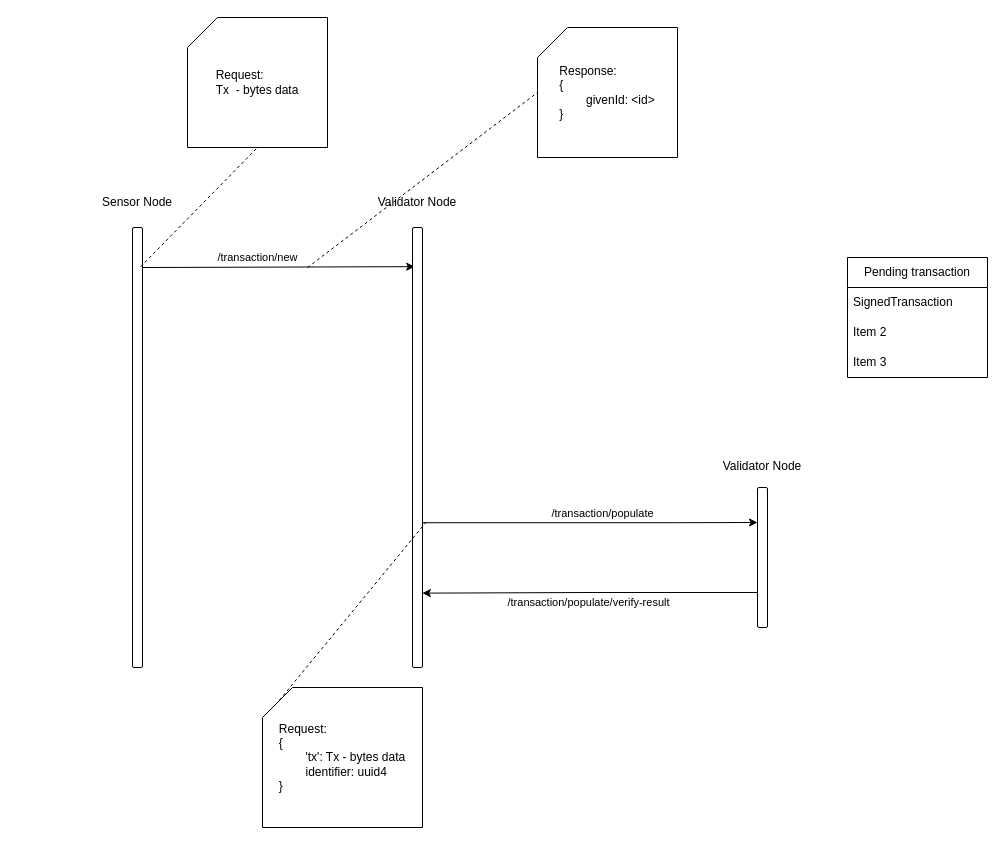
Before: page "TransactionProcess" (6 of 9) of schematy.drawio in pjpawel/pos-iot, a draw.io diagram. Source tidied: cells renumbered, new cells numbered last; positions are measured from the earlier drawing's top-left corner, leaving out a move shared by most shapes. Both pictures are drawn from the tidied source at 100%, with x=0, y=0 at pixel (87, 17).
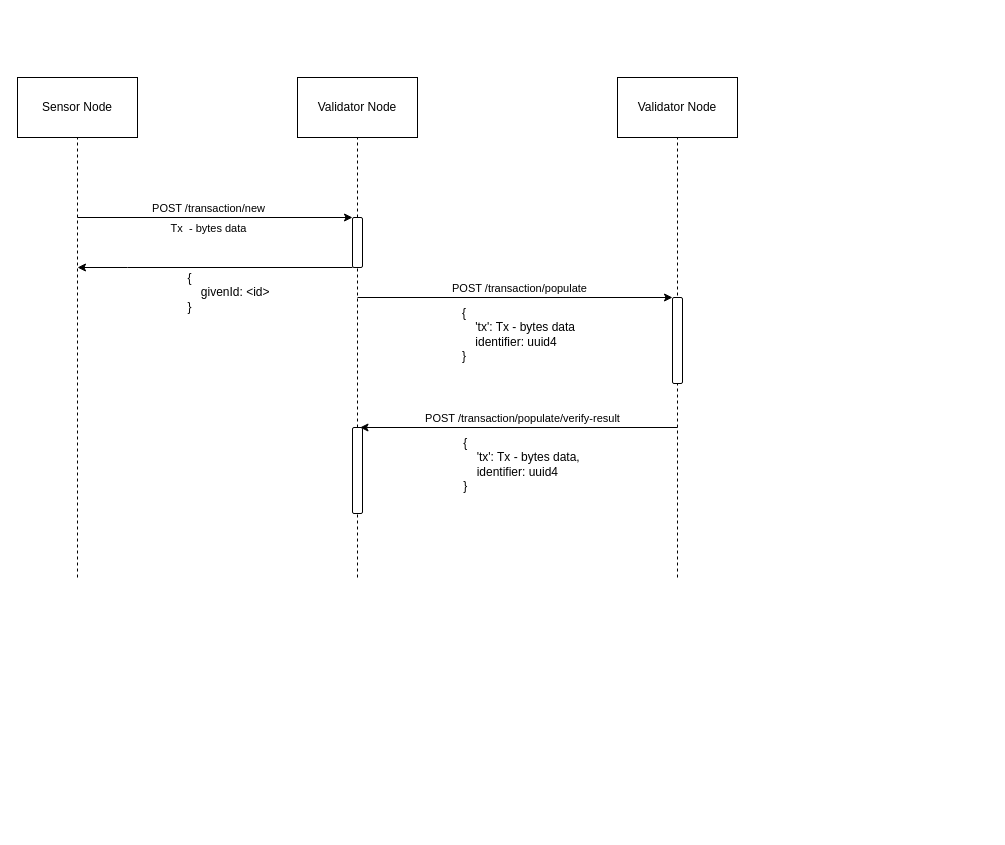
The same diagram, later.

The edit, as a diff of the source:
```diff
@@
+    <mxCell id="24" style="endArrow=classic;html=1;rounded=0;exitX=0.5;exitY=0.091;exitDx=0;exitDy=0;exitPerimeter=0;entryX=0;entryY=0;entryDx=0;entryDy=0;" parent="1" edge="1" target="44">
+      <mxGeometry relative="1" as="geometry">
+        <mxPoint x="-10" y="200" as="sourcePoint" />
+      </mxGeometry>
+    </mxCell>
+    <mxCell id="25" value="POST /transaction/new" style="edgeLabel;html=1;align=center;verticalAlign=middle;" parent="24" vertex="1">
+      <mxGeometry x="-0.17" y="1" relative="1" as="geometry">
+        <mxPoint x="16" y="-9" as="offset" />
+      </mxGeometry>
+    </mxCell>
+    <mxCell id="26" value="Tx&amp;nbsp; - bytes data" style="edgeLabel;html=1;align=center;verticalAlign=middle;labelBackgroundColor=none;" parent="24" vertex="1">
+      <mxGeometry x="0.07" y="-1" relative="1" as="geometry">
+        <mxPoint x="-17" y="9" as="offset" />
+      </mxGeometry>
+    </mxCell>
+    <mxCell id="27" style="endArrow=classic;html=1;rounded=0;entryX=0;entryY=0;entryDx=0;entryDy=0;" parent="1" edge="1" target="45">
+      <mxGeometry relative="1" as="geometry">
+        <mxPoint x="270" y="280" as="sourcePoint" />
+      </mxGeometry>
+    </mxCell>
+    <mxCell id="28" value="POST /transaction/populate" style="edgeLabel;html=1;align=center;verticalAlign=middle;" parent="27" vertex="1">
+      <mxGeometry x="-0.17" y="1" relative="1" as="geometry">
+        <mxPoint x="30" y="-9" as="offset" />
+      </mxGeometry>
+    </mxCell>
+    <mxCell id="29" value="&lt;div style=&quot;border-color: var(--border-color); font-size: 12px; text-align: left;&quot;&gt;&lt;span style=&quot;&quot;&gt;{&lt;/span&gt;&lt;br&gt;&lt;/div&gt;&lt;div style=&quot;border-color: var(--border-color); font-size: 12px; text-align: left;&quot;&gt;&lt;span style=&quot;border-color: var(--border-color);&quot;&gt;&lt;span style=&quot;white-space: pre;&quot;&gt;&amp;nbsp;&amp;nbsp;&amp;nbsp;&amp;nbsp;&lt;/span&gt;&lt;/span&gt;'tx': Tx - bytes data&lt;/div&gt;&lt;div style=&quot;border-color: var(--border-color); font-size: 12px; text-align: left;&quot;&gt;&lt;span style=&quot;border-color: var(--border-color);&quot;&gt;&lt;span style=&quot;white-space: pre;&quot;&gt;&amp;nbsp;&amp;nbsp;&amp;nbsp;&amp;nbsp;&lt;/span&gt;&lt;/span&gt;identifier: uuid4&lt;br style=&quot;border-color: var(--border-color);&quot;&gt;&lt;/div&gt;&lt;div style=&quot;border-color: var(--border-color); font-size: 12px; text-align: left;&quot;&gt;}&lt;/div&gt;" style="edgeLabel;html=1;align=center;verticalAlign=middle;labelBackgroundColor=none;" parent="27" vertex="1">
+      <mxGeometry x="0.11" y="-1" relative="1" as="geometry">
+        <mxPoint x="-15" y="35" as="offset" />
+      </mxGeometry>
+    </mxCell>
+    <mxCell id="30" style="group;" parent="1" vertex="1">
+      <mxGeometry x="-70" y="60" width="120" height="60" as="geometry" />
+    </mxCell>
+    <mxCell id="31" style="rounded=0;whiteSpace=wrap;html=1;" parent="30" vertex="1">
+      <mxGeometry width="120" height="60" as="geometry" />
+    </mxCell>
-    <mxCell id="2" value="Sensor Node" style="text;html=1;strokeColor=none;fillColor=none;align=center;verticalAlign=middle;whiteSpace=wrap;rounded=0;" parent="1" vertex="1">
-      <mxGeometry y="170" width="100" height="30" as="geometry" />
+    <mxCell id="2" value="Sensor Node" style="text;html=1;strokeColor=none;fillColor=none;align=center;verticalAlign=middle;whiteSpace=wrap;rounded=0;" parent="30" vertex="1">
+      <mxGeometry x="10" y="15" width="100" height="30" as="geometry" />
     </mxCell>
-    <mxCell id="3" value="Validator Node" style="text;html=1;strokeColor=none;fillColor=none;align=center;verticalAlign=middle;whiteSpace=wrap;rounded=0;" parent="1" vertex="1">
-      <mxGeometry x="285" y="170" width="90" height="30" as="geometry" />
-    </mxCell>
-    <mxCell id="4" style="endArrow=classic;html=1;rounded=0;exitX=0.5;exitY=0.091;exitDx=0;exitDy=0;exitPerimeter=0;entryX=0.22;entryY=0.089;entryDx=0;entryDy=0;entryPerimeter=0;" parent="1" edge="1" source="6" target="9">
-      <mxGeometry relative="1" as="geometry" />
-    </mxCell>
-    <mxCell id="5" value="/transaction/new" style="edgeLabel;html=1;align=center;verticalAlign=middle;" parent="4" vertex="1">
-      <mxGeometry x="-0.17" y="1" relative="1" as="geometry">
-        <mxPoint x="5" y="-9" as="offset" />
-      </mxGeometry>
-    </mxCell>
-    <mxCell id="6" style="rounded=1;whiteSpace=wrap;html=1;" parent="1" vertex="1">
-      <mxGeometry x="45" y="210" width="10" height="440" as="geometry" />
-    </mxCell>
-    <mxCell id="7" style="edgeStyle=orthogonalEdgeStyle;rounded=0;jettySize=auto;html=1;exitX=0.9;exitY=0.671;exitDx=0;exitDy=0;entryX=0;entryY=0.25;entryDx=0;entryDy=0;exitPerimeter=0;" parent="1" edge="1" source="9" target="16">
-      <mxGeometry relative="1" as="geometry">
-        <Array as="points">
-          <mxPoint x="590" y="505" />
-          <mxPoint x="590" y="505" />
-        </Array>
-      </mxGeometry>
-    </mxCell>
-    <mxCell id="8" value="/transaction/populate" style="edgeLabel;html=1;align=center;verticalAlign=middle;" parent="7" vertex="1">
-      <mxGeometry x="-0.13" y="1" relative="1" as="geometry">
-        <mxPoint x="35" y="-9" as="offset" />
-      </mxGeometry>
-    </mxCell>
-    <mxCell id="9" style="rounded=1;whiteSpace=wrap;html=1;" parent="1" vertex="1">
-      <mxGeometry x="325" y="210" width="10" height="440" as="geometry" />
-    </mxCell>
-    <mxCell id="10" value="&lt;div style=&quot;text-align: left;&quot;&gt;&lt;span style=&quot;background-color: initial;&quot;&gt;Response:&lt;/span&gt;&lt;/div&gt;&lt;div style=&quot;text-align: left;&quot;&gt;&lt;span style=&quot;background-color: initial;&quot;&gt;{&lt;/span&gt;&lt;/div&gt;&lt;div style=&quot;text-align: left;&quot;&gt;&lt;span style=&quot;background-color: initial; white-space: pre;&quot;&gt;&#9;&lt;/span&gt;givenId: &amp;lt;id&amp;gt;&lt;/div&gt;&lt;div style=&quot;text-align: left;&quot;&gt;&lt;span style=&quot;background-color: initial;&quot;&gt;}&lt;/span&gt;&lt;/div&gt;" style="shape=card;whiteSpace=wrap;html=1;" parent="1" vertex="1">
-      <mxGeometry x="450" y="10" width="140" height="130" as="geometry" />
-    </mxCell>
-    <mxCell id="11" style="endArrow=none;html=1;rounded=0;entryX=0;entryY=0;entryDx=0;entryDy=65;entryPerimeter=0;dashed=1;" parent="1" edge="1" target="10">
-      <mxGeometry relative="1" as="geometry">
-        <mxPoint x="220" y="250" as="sourcePoint" />
-      </mxGeometry>
-    </mxCell>
-    <mxCell id="12" value="&lt;div style=&quot;text-align: left;&quot;&gt;&lt;span style=&quot;background-color: initial;&quot;&gt;Request:&lt;/span&gt;&lt;/div&gt;&lt;div style=&quot;text-align: left;&quot;&gt;&lt;span style=&quot;background-color: initial;&quot;&gt;{&lt;/span&gt;&lt;/div&gt;&lt;div style=&quot;text-align: left;&quot;&gt;&lt;span style=&quot;white-space: pre;&quot;&gt;&#9;&lt;/span&gt;'tx': Tx - bytes data&lt;/div&gt;&lt;div style=&quot;text-align: left;&quot;&gt;&lt;span style=&quot;white-space: pre;&quot;&gt;&#9;&lt;/span&gt;identifier: uuid4&lt;br&gt;&lt;/div&gt;&lt;div style=&quot;text-align: left;&quot;&gt;}&lt;/div&gt;" style="shape=card;whiteSpace=wrap;html=1;" parent="1" vertex="1">
-      <mxGeometry x="175" y="670" width="160" height="140" as="geometry" />
-    </mxCell>
-    <mxCell id="13" style="endArrow=none;html=1;rounded=0;entryX=0;entryY=0;entryDx=15;entryDy=15;entryPerimeter=0;dashed=1;exitX=1.38;exitY=0.669;exitDx=0;exitDy=0;exitPerimeter=0;" parent="1" edge="1" source="9" target="12">
-      <mxGeometry relative="1" as="geometry" />
-    </mxCell>
-    <mxCell id="14" style="edgeStyle=orthogonalEdgeStyle;rounded=0;jettySize=auto;html=1;exitX=0;exitY=0.75;exitDx=0;exitDy=0;entryX=0.98;entryY=0.831;entryDx=0;entryDy=0;entryPerimeter=0;" parent="1" edge="1" source="16" target="9">
-      <mxGeometry relative="1" as="geometry" />
-    </mxCell>
-    <mxCell id="15" value="/transaction/populate/verify-result" style="edgeLabel;html=1;align=center;verticalAlign=middle;" parent="14" vertex="1">
-      <mxGeometry x="0.19" y="2" relative="1" as="geometry">
-        <mxPoint x="30" y="7" as="offset" />
-      </mxGeometry>
-    </mxCell>
-    <mxCell id="16" style="rounded=1;whiteSpace=wrap;html=1;" parent="1" vertex="1">
-      <mxGeometry x="670" y="470" width="10" height="140" as="geometry" />
-    </mxCell>
-    <mxCell id="17" value="Validator Node" style="text;html=1;strokeColor=none;fillColor=none;align=center;verticalAlign=middle;whiteSpace=wrap;rounded=0;" parent="1" vertex="1">
-      <mxGeometry x="630" y="434" width="90" height="30" as="geometry" />
-    </mxCell>
-    <mxCell id="18" value="&lt;div style=&quot;text-align: left;&quot;&gt;&lt;span style=&quot;background-color: initial;&quot;&gt;Request:&lt;/span&gt;&lt;/div&gt;&lt;div style=&quot;text-align: left;&quot;&gt;Tx&amp;nbsp; - bytes data&lt;/div&gt;" style="shape=card;whiteSpace=wrap;html=1;" parent="1" vertex="1">
-      <mxGeometry x="100" width="140" height="130" as="geometry" />
-    </mxCell>
-    <mxCell id="19" style="endArrow=none;html=1;rounded=0;entryX=0.5;entryY=1;entryDx=0;entryDy=0;entryPerimeter=0;dashed=1;exitX=0.82;exitY=0.089;exitDx=0;exitDy=0;exitPerimeter=0;" parent="1" edge="1" source="6" target="18">
-      <mxGeometry relative="1" as="geometry" />
-    </mxCell>
-    <mxCell id="20" value="Pending transaction" style="swimlane;fontStyle=0;horizontal=1;startSize=30;whiteSpace=wrap;html=1;" parent="1" vertex="1">
-      <mxGeometry x="760" y="240" width="140" height="120" as="geometry" />
-    </mxCell>
-    <mxCell id="21" value="SignedTransaction" style="text;strokeColor=none;fillColor=none;align=left;verticalAlign=middle;spacingLeft=4;spacingRight=4;overflow=hidden;whiteSpace=wrap;html=1;" parent="20" vertex="1">
-      <mxGeometry y="30" width="140" height="30" as="geometry" />
-    </mxCell>
-    <mxCell id="22" value="Item 2" style="text;strokeColor=none;fillColor=none;align=left;verticalAlign=middle;spacingLeft=4;spacingRight=4;overflow=hidden;whiteSpace=wrap;html=1;" parent="20" vertex="1">
-      <mxGeometry y="60" width="140" height="30" as="geometry" />
-    </mxCell>
-    <mxCell id="23" value="Item 3" style="text;strokeColor=none;fillColor=none;align=left;verticalAlign=middle;spacingLeft=4;spacingRight=4;overflow=hidden;whiteSpace=wrap;html=1;" parent="20" vertex="1">
-      <mxGeometry y="90" width="140" height="30" as="geometry" />
-    </mxCell>
+    <mxCell id="32" style="group;" parent="1" vertex="1">
+      <mxGeometry x="210" y="60" width="120" height="60" as="geometry" />
+    </mxCell>
+    <mxCell id="33" style="rounded=0;whiteSpace=wrap;html=1;" parent="32" vertex="1">
+      <mxGeometry width="120" height="60" as="geometry" />
+    </mxCell>
+    <mxCell id="34" value="Validator Node" style="text;html=1;strokeColor=none;fillColor=none;align=center;verticalAlign=middle;whiteSpace=wrap;rounded=0;" parent="32" vertex="1">
+      <mxGeometry x="15" y="15" width="90" height="30" as="geometry" />
+    </mxCell>
+    <mxCell id="35" style="endArrow=none;dashed=1;html=1;rounded=0;entryX=0.5;entryY=1;entryDx=0;entryDy=0;" parent="1" edge="1" target="31">
+      <mxGeometry relative="1" as="geometry">
+        <mxPoint x="-10" y="560" as="sourcePoint" />
+      </mxGeometry>
+    </mxCell>
+    <mxCell id="36" style="endArrow=none;dashed=1;html=1;rounded=0;entryX=0.5;entryY=1;entryDx=0;entryDy=0;" parent="1" edge="1" source="44" target="33">
+      <mxGeometry relative="1" as="geometry" />
+    </mxCell>
+    <mxCell id="37" style="group;" parent="1" vertex="1">
+      <mxGeometry x="530" y="60" width="120" height="60" as="geometry" />
+    </mxCell>
+    <mxCell id="38" style="rounded=0;whiteSpace=wrap;html=1;" parent="37" vertex="1">
+      <mxGeometry width="120" height="60" as="geometry" />
+    </mxCell>
+    <mxCell id="39" value="Validator Node" style="text;html=1;strokeColor=none;fillColor=none;align=center;verticalAlign=middle;whiteSpace=wrap;rounded=0;" parent="37" vertex="1">
+      <mxGeometry x="15" y="15" width="90" height="30" as="geometry" />
+    </mxCell>
+    <mxCell id="40" style="endArrow=none;dashed=1;html=1;rounded=0;entryX=0.5;entryY=1;entryDx=0;entryDy=0;" parent="1" edge="1" target="38">
+      <mxGeometry relative="1" as="geometry">
+        <mxPoint x="590" y="560" as="sourcePoint" />
+      </mxGeometry>
+    </mxCell>
+    <mxCell id="41" style="endArrow=none;dashed=1;html=1;rounded=0;entryX=0.5;entryY=1;entryDx=0;entryDy=0;" parent="1" edge="1" target="44">
+      <mxGeometry relative="1" as="geometry">
+        <mxPoint x="270" y="560" as="sourcePoint" />
+      </mxGeometry>
+    </mxCell>
+    <mxCell id="42" style="edgeStyle=orthogonalEdgeStyle;rounded=0;jettySize=auto;html=1;exitX=0;exitY=1;exitDx=0;exitDy=0;" parent="1" edge="1" source="44">
+      <mxGeometry relative="1" as="geometry">
+        <mxPoint x="-10" y="250" as="targetPoint" />
+        <Array as="points">
+          <mxPoint x="40" y="250" />
+          <mxPoint x="40" y="250" />
+        </Array>
+      </mxGeometry>
+    </mxCell>
+    <mxCell id="43" value="&lt;div style=&quot;border-color: var(--border-color); font-size: 12px; text-align: left;&quot;&gt;&lt;span style=&quot;&quot;&gt;{&lt;/span&gt;&lt;br&gt;&lt;/div&gt;&lt;div style=&quot;border-color: var(--border-color); font-size: 12px; text-align: left;&quot;&gt;&lt;span style=&quot;border-color: var(--border-color);&quot;&gt;&lt;span style=&quot;white-space: pre;&quot;&gt;&amp;nbsp;&amp;nbsp;&amp;nbsp;&amp;nbsp;&lt;/span&gt;&lt;/span&gt;givenId: &amp;lt;id&amp;gt;&lt;/div&gt;&lt;div style=&quot;border-color: var(--border-color); font-size: 12px; text-align: left;&quot;&gt;&lt;span style=&quot;border-color: var(--border-color);&quot;&gt;}&lt;/span&gt;&lt;/div&gt;" style="edgeLabel;html=1;align=center;verticalAlign=middle;labelBackgroundColor=none;" parent="42" vertex="1">
+      <mxGeometry x="0.07" y="2" relative="1" as="geometry">
+        <mxPoint x="22" y="22" as="offset" />
+      </mxGeometry>
+    </mxCell>
+    <mxCell id="44" style="rounded=1;whiteSpace=wrap;html=1;" parent="1" vertex="1">
+      <mxGeometry x="265" y="200" width="10" height="50" as="geometry" />
+    </mxCell>
+    <mxCell id="45" style="rounded=1;whiteSpace=wrap;html=1;" parent="1" vertex="1">
+      <mxGeometry x="585" y="280" width="10" height="86" as="geometry" />
+    </mxCell>
+    <mxCell id="46" style="endArrow=none;html=1;rounded=0;startArrow=classic;startFill=1;endFill=0;exitX=0.75;exitY=0;exitDx=0;exitDy=0;" parent="1" edge="1" source="49">
+      <mxGeometry relative="1" as="geometry">
+        <mxPoint x="590" y="410" as="targetPoint" />
+      </mxGeometry>
+    </mxCell>
+    <mxCell id="47" value="POST /transaction/populate/verify-result" style="edgeLabel;html=1;align=center;verticalAlign=middle;" parent="46" vertex="1">
+      <mxGeometry x="-0.17" y="1" relative="1" as="geometry">
+        <mxPoint x="30" y="-9" as="offset" />
+      </mxGeometry>
+    </mxCell>
+    <mxCell id="48" value="&lt;div style=&quot;border-color: var(--border-color); font-size: 12px; text-align: left;&quot;&gt;&lt;span style=&quot;&quot;&gt;{&lt;/span&gt;&lt;br&gt;&lt;/div&gt;&lt;div style=&quot;border-color: var(--border-color); font-size: 12px; text-align: left;&quot;&gt;&lt;span style=&quot;border-color: var(--border-color);&quot;&gt;&lt;span style=&quot;white-space: pre;&quot;&gt;&amp;nbsp;&amp;nbsp;&amp;nbsp;&amp;nbsp;&lt;/span&gt;&lt;/span&gt;'tx': Tx - bytes data,&lt;/div&gt;&lt;div style=&quot;border-color: var(--border-color); font-size: 12px; text-align: left;&quot;&gt;&lt;span style=&quot;border-color: var(--border-color);&quot;&gt;&lt;span style=&quot;white-space: pre;&quot;&gt;&amp;nbsp;&amp;nbsp;&amp;nbsp;&amp;nbsp;&lt;/span&gt;&lt;/span&gt;identifier: uuid4&lt;br style=&quot;border-color: var(--border-color);&quot;&gt;&lt;/div&gt;&lt;div style=&quot;border-color: var(--border-color); font-size: 12px; text-align: left;&quot;&gt;}&lt;/div&gt;" style="edgeLabel;html=1;align=center;verticalAlign=middle;labelBackgroundColor=none;" parent="46" vertex="1">
+      <mxGeometry x="0.11" y="-1" relative="1" as="geometry">
+        <mxPoint x="-15" y="35" as="offset" />
+      </mxGeometry>
+    </mxCell>
+    <mxCell id="49" style="rounded=1;whiteSpace=wrap;html=1;" parent="1" vertex="1">
+      <mxGeometry x="265" y="410" width="10" height="86" as="geometry" />
+    </mxCell>
```
